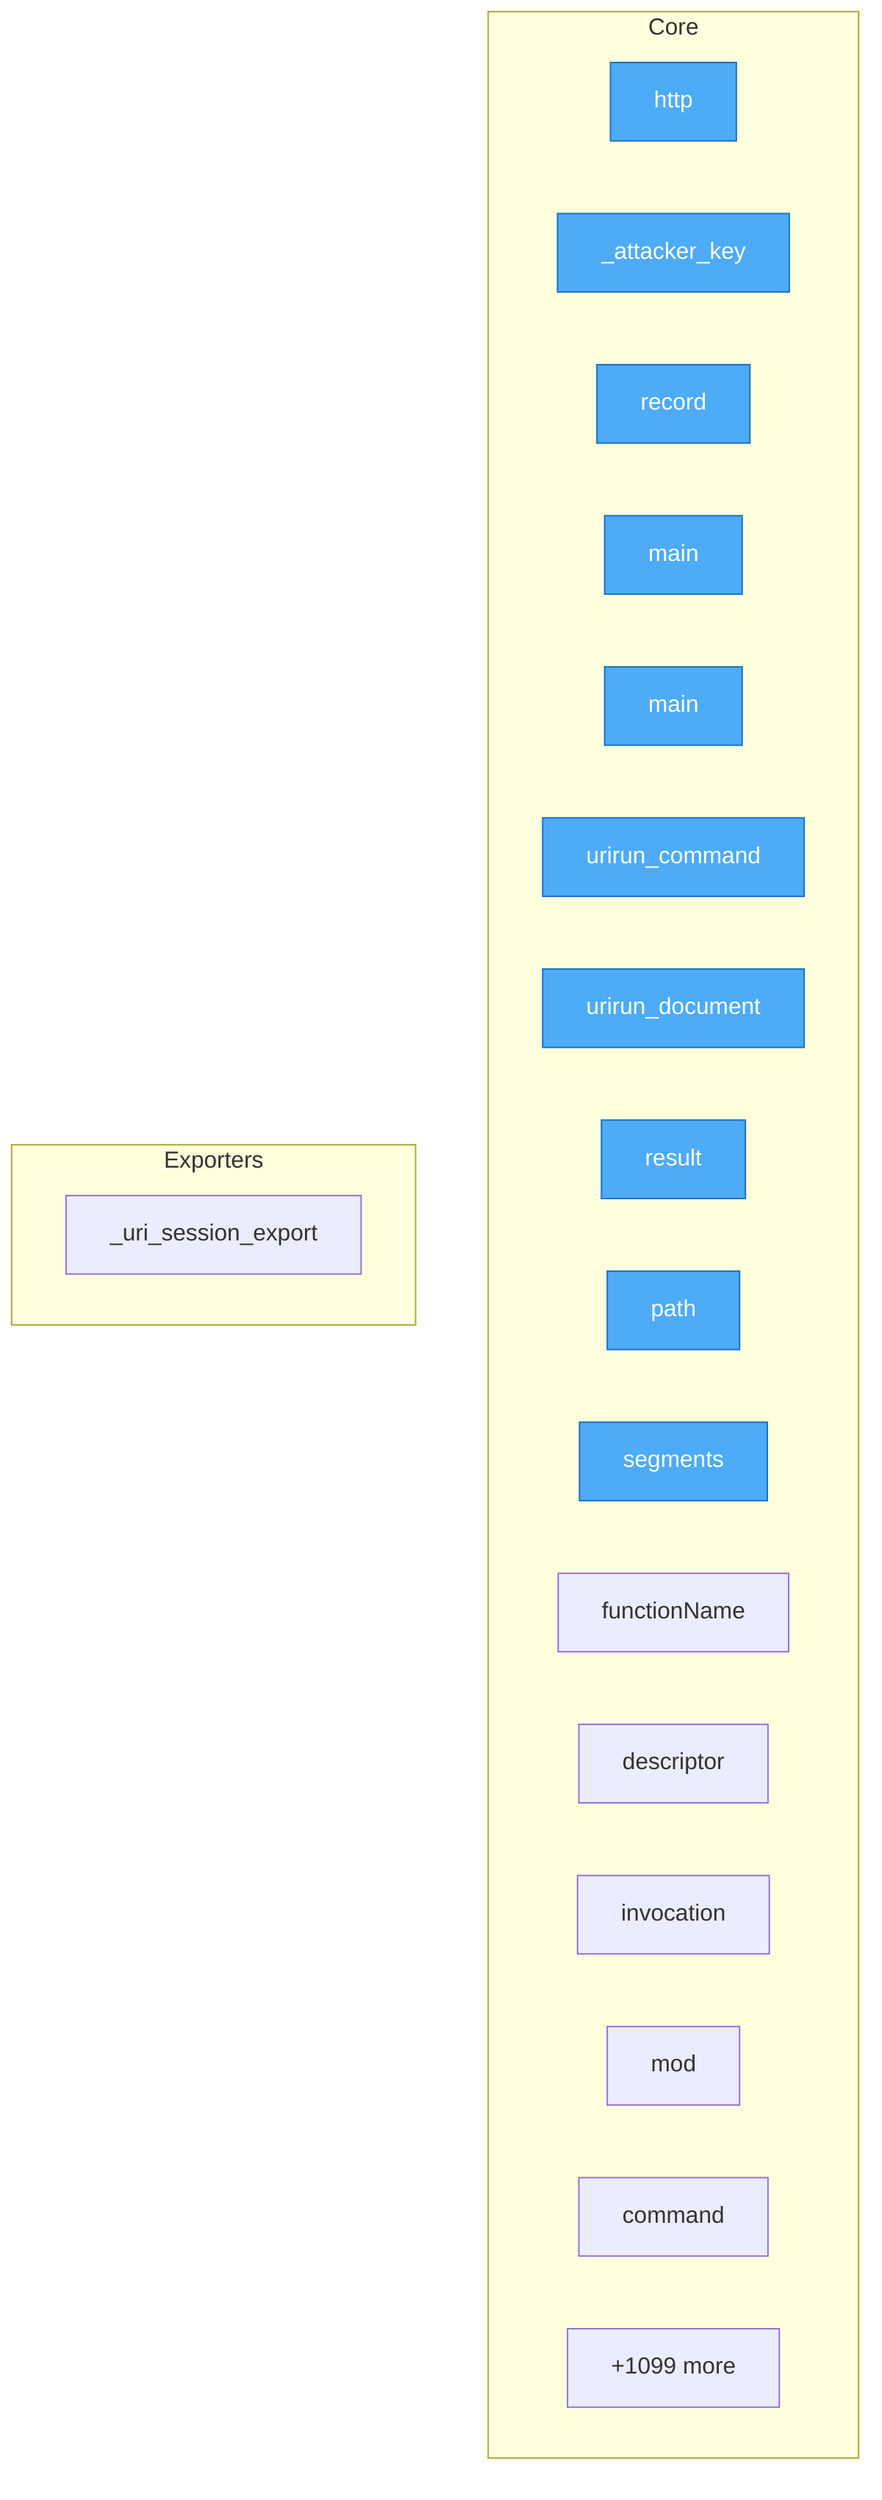
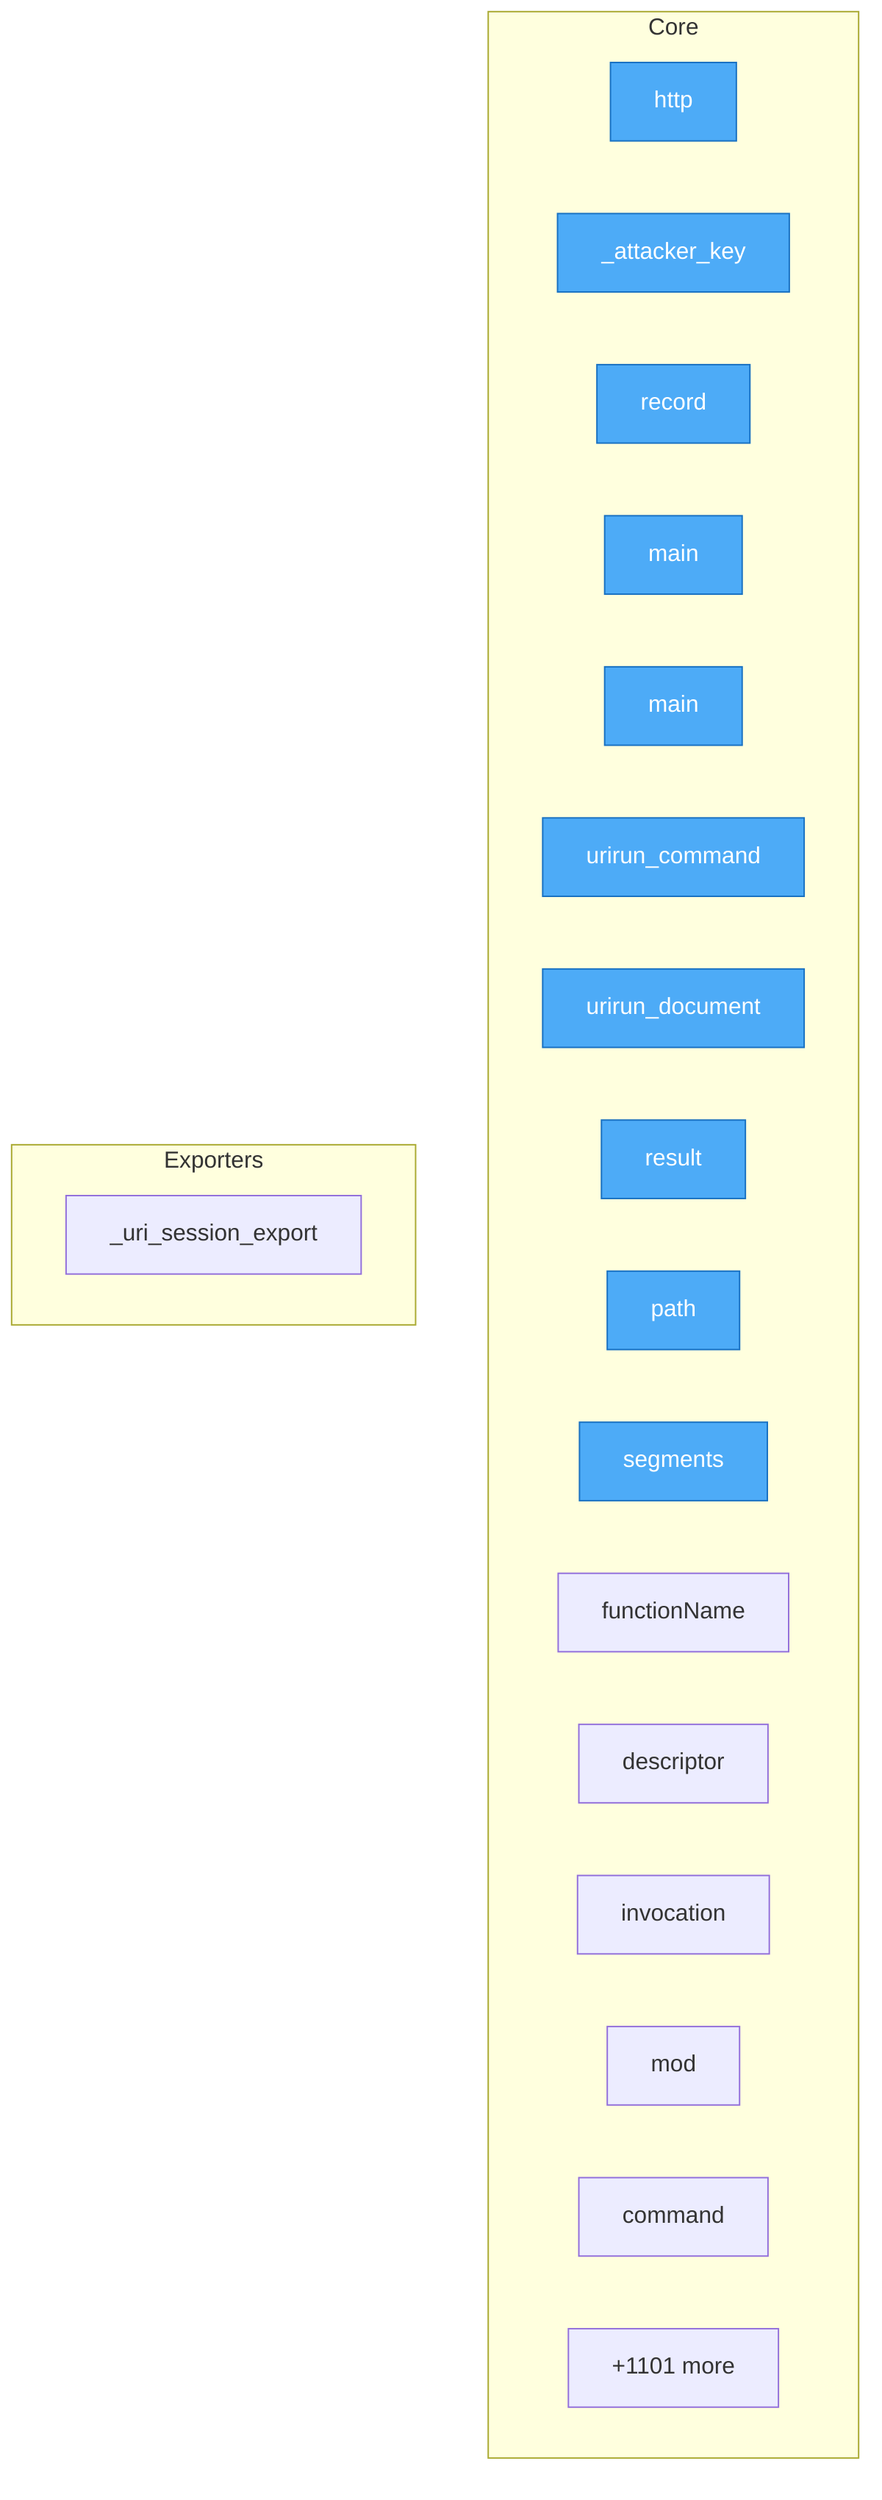
flowchart TD
- %% generated in 0.06s
+ %% generated in 0.10s

    %% Entry points (blue)
    classDef entry fill:#4dabf7,stroke:#1971c2,color:#fff

    subgraph Core
        security__mesh_probe__probe__http["http"]
        security__mesh_probe__probe___attacker_key["_attacker_key"]
        security__mesh_probe__probe__record["record"]
        adapters__conformance__main["main"]
        adapters__new_connector__main["main"]
        adapters__bash__urirun__urirun_command["urirun_command"]
        adapters__bash__urirun__urirun_document["urirun_document"]
        adapters__js__index__test__result["result"]
        adapters__js__path["path"]
        adapters__js__segments["segments"]
        adapters__js__functionName["functionName"]
        adapters__js__descriptor["descriptor"]
        adapters__js__invocation["invocation"]
        adapters__js__mod["mod"]
        adapters__java__Urirun__Urirun__command["command"]
-         ...["+1099 more"]
+         ...["+1101 more"]
    end

    subgraph Exporters
        adapters__python__urirun__node__skill___uri_session_export["_uri_session_export"]
    end

    class security__mesh_probe__probe__http,security__mesh_probe__probe___attacker_key,security__mesh_probe__probe__record,adapters__conformance__main,adapters__new_connector__main,adapters__bash__urirun__urirun_command,adapters__bash__urirun__urirun_document,adapters__js__index__test__result,adapters__js__path,adapters__js__segments entry
